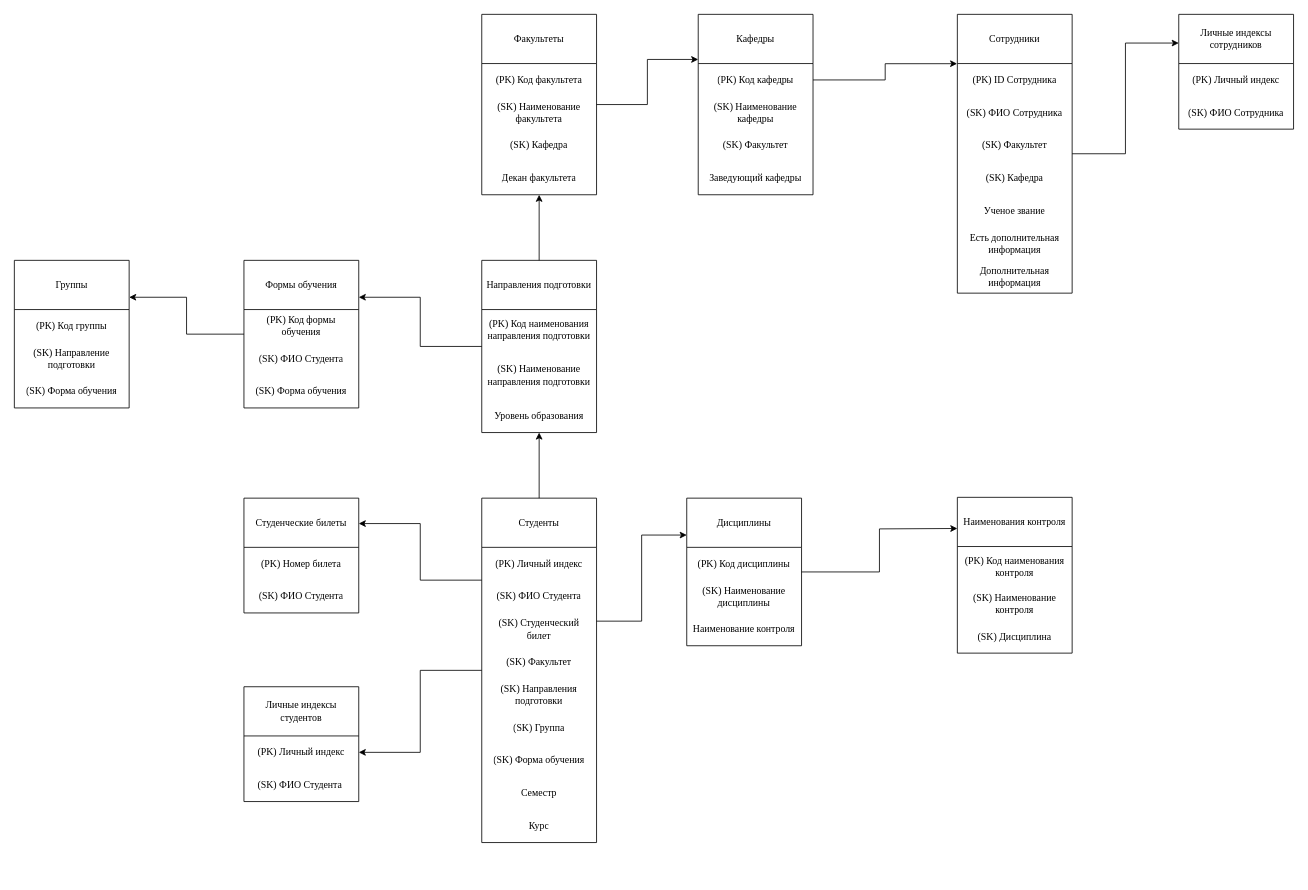
This is VKR/Диаграмма_классов.drawio from DLordxxx/Practice, a draw.io file, before an edit. Source tidied: cells renumbered, new cells numbered last; positions are measured from the earlier drawing's top-left corner, leaving out a move shared by most shapes. Both pictures are drawn from the tidied source at 82%, with x=0, y=0 at pixel (14, 14).
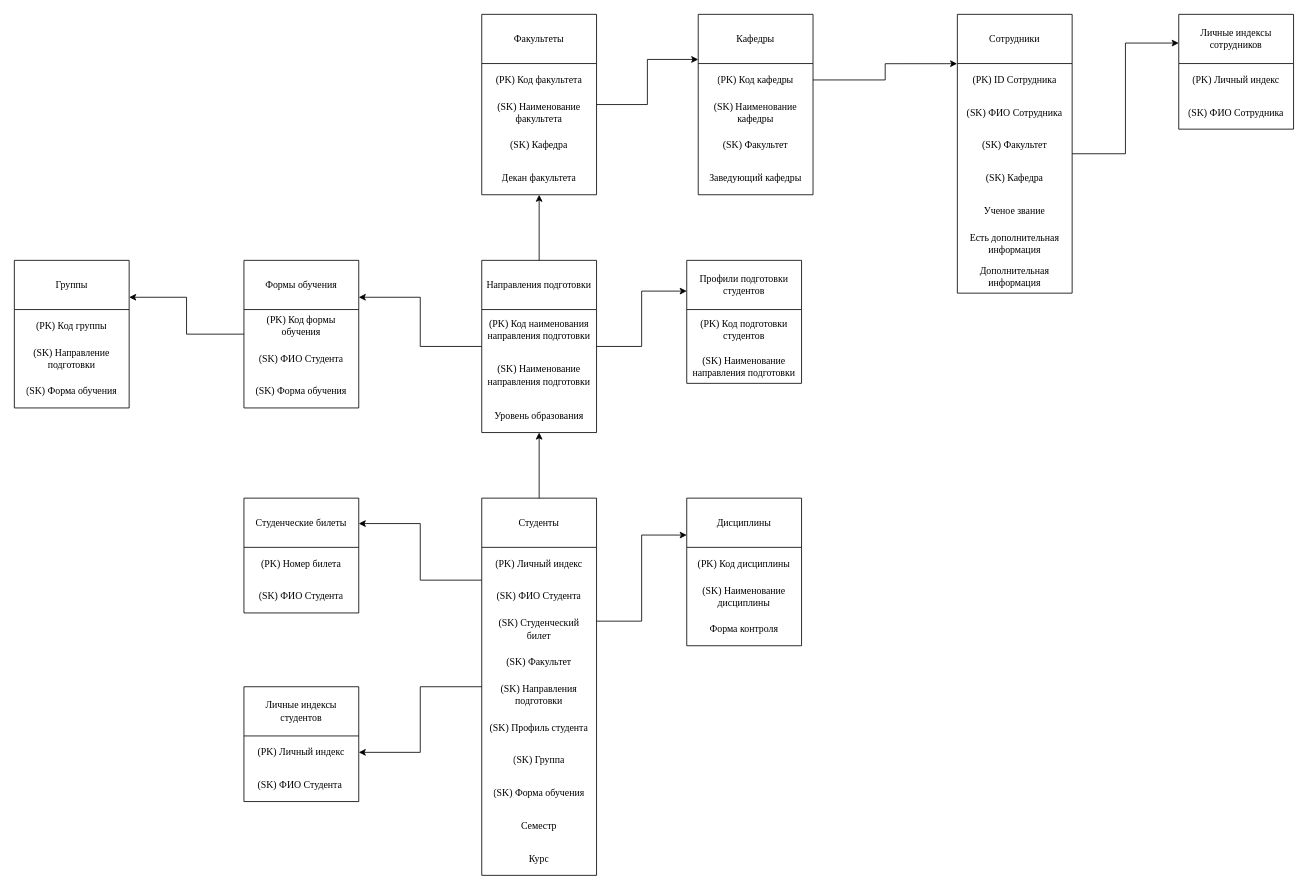
After the change.

Unchanged cells that the change refers to:
```xml
<mxCell id="27" value="Дисциплины" style="swimlane;fontStyle=0;horizontal=1;startSize=60;whiteSpace=wrap;html=1;align=center;fontFamily=Times New Roman;fontSize=12;" parent="1" vertex="1">
  <mxGeometry x="820" y="590" width="140" height="180" as="geometry" />
</mxCell>
<mxCell id="38" value="Направления подготовки" style="swimlane;fontStyle=0;horizontal=1;startSize=60;whiteSpace=wrap;html=1;align=center;fontFamily=Times New Roman;fontSize=12;" parent="1" vertex="1">
  <mxGeometry x="570" y="300" width="140" height="210" as="geometry" />
</mxCell>
```

The edit, as a diff of the source:
```diff
@@
     <mxCell id="8" value="Студенты" style="swimlane;fontStyle=0;horizontal=1;startSize=60;whiteSpace=wrap;html=1;align=center;fontFamily=Times New Roman;fontSize=12;" parent="1" vertex="1">
-      <mxGeometry x="570" y="590" width="140" height="420" as="geometry" />
+      <mxGeometry x="570" y="590" width="140" height="460" as="geometry" />
     </mxCell>
@@
+    <mxCell id="70" value="(SK)&amp;nbsp;Профиль студента" style="text;strokeColor=none;fillColor=none;align=center;verticalAlign=middle;spacingLeft=4;spacingRight=4;overflow=hidden;whiteSpace=wrap;html=1;fontFamily=Times New Roman;fontSize=12;" parent="8" vertex="1">
+      <mxGeometry y="260" width="140" height="40" as="geometry" />
+    </mxCell>
     <mxCell id="14" value="(SK) Группа" style="text;strokeColor=none;fillColor=none;align=center;verticalAlign=middle;spacingLeft=4;spacingRight=4;overflow=hidden;whiteSpace=wrap;html=1;fontFamily=Times New Roman;fontSize=12;" parent="8" vertex="1">
-      <mxGeometry y="260" width="140" height="40" as="geometry" />
+      <mxGeometry y="300" width="140" height="40" as="geometry" />
     </mxCell>
     <mxCell id="15" value="(SK)&amp;nbsp;Форма обучения" style="text;strokeColor=none;fillColor=none;align=center;verticalAlign=middle;spacingLeft=4;spacingRight=4;overflow=hidden;whiteSpace=wrap;html=1;fontFamily=Times New Roman;fontSize=12;" parent="8" vertex="1">
-      <mxGeometry y="300" width="140" height="40" as="geometry" />
+      <mxGeometry y="340" width="140" height="40" as="geometry" />
     </mxCell>
     <mxCell id="16" value="Семестр" style="text;strokeColor=none;fillColor=none;align=center;verticalAlign=middle;spacingLeft=4;spacingRight=4;overflow=hidden;whiteSpace=wrap;html=1;fontFamily=Times New Roman;fontSize=12;" parent="8" vertex="1">
-      <mxGeometry y="340" width="140" height="40" as="geometry" />
+      <mxGeometry y="380" width="140" height="40" as="geometry" />
     </mxCell>
     <mxCell id="17" value="Курс" style="text;strokeColor=none;fillColor=none;align=center;verticalAlign=middle;spacingLeft=4;spacingRight=4;overflow=hidden;whiteSpace=wrap;html=1;fontFamily=Times New Roman;fontSize=12;" parent="8" vertex="1">
-      <mxGeometry y="380" width="140" height="40" as="geometry" />
+      <mxGeometry y="420" width="140" height="40" as="geometry" />
     </mxCell>
@@
-    <mxCell id="30" value="Наименование контроля" style="text;strokeColor=none;fillColor=none;align=center;verticalAlign=middle;spacingLeft=4;spacingRight=4;overflow=hidden;whiteSpace=wrap;html=1;fontFamily=Times New Roman;fontSize=12;" parent="27" vertex="1">
+    <mxCell id="30" value="Форма контроля" style="text;strokeColor=none;fillColor=none;align=center;verticalAlign=middle;spacingLeft=4;spacingRight=4;overflow=hidden;whiteSpace=wrap;html=1;fontFamily=Times New Roman;fontSize=12;" parent="27" vertex="1">
       <mxGeometry y="140" width="140" height="40" as="geometry" />
     </mxCell>
@@
+    <mxCell id="71" style="edgeStyle=orthogonalEdgeStyle;rounded=0;jettySize=auto;html=1;entryX=0;entryY=0.25;entryDx=0;entryDy=0;" parent="1" edge="1" source="38" target="45">
+      <mxGeometry relative="1" as="geometry" />
+    </mxCell>
@@
-    <mxCell id="45" value="Наименования контроля" style="swimlane;fontStyle=0;horizontal=1;startSize=60;whiteSpace=wrap;html=1;align=center;fontFamily=Times New Roman;fontSize=12;" parent="1" vertex="1">
-      <mxGeometry x="1150" y="589" width="140" height="190" as="geometry" />
+    <mxCell id="45" value="Профили подготовки студентов" style="swimlane;fontStyle=0;horizontal=1;startSize=60;whiteSpace=wrap;html=1;align=center;fontFamily=Times New Roman;fontSize=12;" parent="1" vertex="1">
+      <mxGeometry x="820" y="300" width="140" height="150" as="geometry" />
     </mxCell>
-    <mxCell id="46" value="(PK) Код наименования контроля" style="text;strokeColor=none;fillColor=none;align=center;verticalAlign=middle;spacingLeft=4;spacingRight=4;overflow=hidden;whiteSpace=wrap;html=1;fontFamily=Times New Roman;fontSize=12;" parent="45" vertex="1">
+    <mxCell id="46" value="(PK) Код подготовки студентов" style="text;strokeColor=none;fillColor=none;align=center;verticalAlign=middle;spacingLeft=4;spacingRight=4;overflow=hidden;whiteSpace=wrap;html=1;fontFamily=Times New Roman;fontSize=12;" parent="45" vertex="1">
       <mxGeometry y="60" width="140" height="50" as="geometry" />
     </mxCell>
-    <mxCell id="47" value="(SK) Наименование контроля" style="text;strokeColor=none;fillColor=none;align=center;verticalAlign=middle;spacingLeft=4;spacingRight=4;overflow=hidden;whiteSpace=wrap;html=1;fontFamily=Times New Roman;fontSize=12;" parent="45" vertex="1">
+    <mxCell id="47" value="(SK) Наименование направления подготовки" style="text;strokeColor=none;fillColor=none;align=center;verticalAlign=middle;spacingLeft=4;spacingRight=4;overflow=hidden;whiteSpace=wrap;html=1;fontFamily=Times New Roman;fontSize=12;" parent="45" vertex="1">
       <mxGeometry y="110" width="140" height="40" as="geometry" />
     </mxCell>
-    <mxCell id="48" value="(SK) Дисциплина" style="text;strokeColor=none;fillColor=none;align=center;verticalAlign=middle;spacingLeft=4;spacingRight=4;overflow=hidden;whiteSpace=wrap;html=1;fontFamily=Times New Roman;fontSize=12;" parent="45" vertex="1">
-      <mxGeometry y="150" width="140" height="40" as="geometry" />
-    </mxCell>
@@
-    <mxCell id="58" style="edgeStyle=orthogonalEdgeStyle;rounded=0;jettySize=auto;html=1;align=center;fontFamily=Times New Roman;fontSize=12;" parent="1" edge="1" source="27">
-      <mxGeometry relative="1" as="geometry">
-        <mxPoint x="1150" y="627" as="targetPoint" />
-      </mxGeometry>
-    </mxCell>
```
